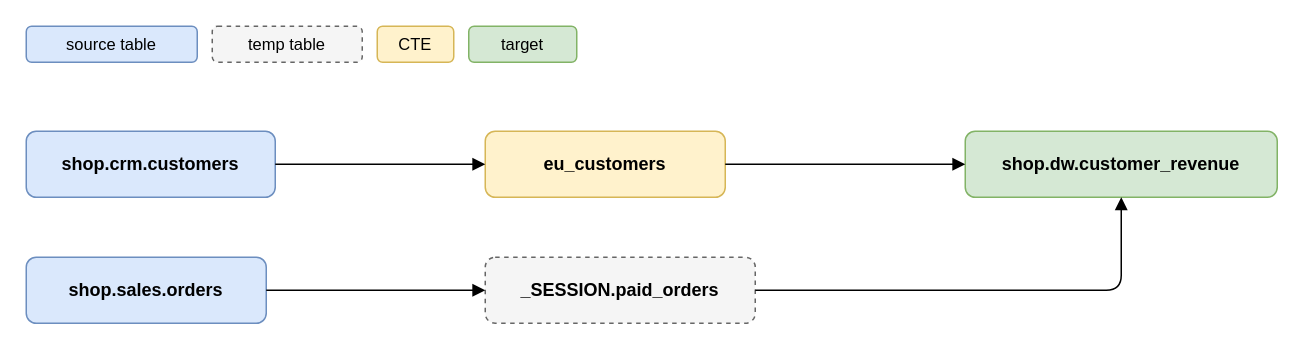
This is page "Tables" (1 of 2) of examples/orders.drawio from bhaskars9/BQLineage, a draw.io file, before an edit. Source tidied: cells renumbered, new cells numbered last; positions are measured from the earlier drawing's top-left corner, leaving out a move shared by most shapes. Both pictures are drawn from the tidied source at 150%, with x=0, y=0 at pixel (26, 26).
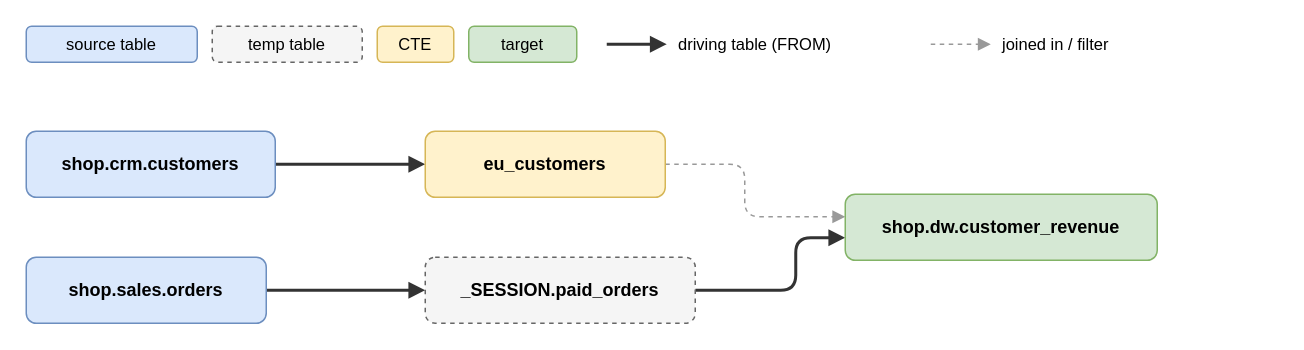
Above is the later version.

Commit message (it also covers changes not shown here):
draw.io: route arrows around boxes, solid for driving tables

The edit, as a diff of the source:
```diff
@@
+    <mxCell id="15" style="edgeStyle=orthogonalEdgeStyle;rounded=1;endArrow=block;endFill=1;jumpStyle=arc;jumpSize=6;dashed=1;strokeColor=#999999;exitX=1;exitY=0.5;entryX=0;entryY=0.3409;" parent="1" edge="1" source="12" target="14">
+      <mxGeometry relative="1" as="geometry">
+        <Array as="points">
+          <mxPoint x="479" y="92" />
+          <mxPoint x="479" y="127" />
+        </Array>
+      </mxGeometry>
+    </mxCell>
+    <mxCell id="16" style="edgeStyle=orthogonalEdgeStyle;rounded=1;endArrow=block;endFill=1;jumpStyle=arc;jumpSize=6;strokeWidth=2;strokeColor=#333333;exitX=1;exitY=0.5;entryX=0;entryY=0.5;" parent="1" edge="1" source="13" target="12">
+      <mxGeometry relative="1" as="geometry" />
+    </mxCell>
+    <mxCell id="17" style="edgeStyle=orthogonalEdgeStyle;rounded=1;endArrow=block;endFill=1;jumpStyle=arc;jumpSize=6;strokeWidth=2;strokeColor=#333333;exitX=1;exitY=0.5;entryX=0;entryY=0.5;" parent="1" edge="1" source="11" target="10">
+      <mxGeometry relative="1" as="geometry" />
+    </mxCell>
+    <mxCell id="18" style="edgeStyle=orthogonalEdgeStyle;rounded=1;endArrow=block;endFill=1;jumpStyle=arc;jumpSize=6;strokeWidth=2;strokeColor=#333333;exitX=1;exitY=0.5;entryX=0;entryY=0.6591;" parent="1" edge="1" source="10" target="14">
+      <mxGeometry relative="1" as="geometry">
+        <Array as="points">
+          <mxPoint x="513" y="176" />
+          <mxPoint x="513" y="141" />
+        </Array>
+      </mxGeometry>
+    </mxCell>
@@
-    <mxCell id="6" value="shop.crm.customers" style="rounded=1;whiteSpace=wrap;fontStyle=1;fillColor=#dae8fc;strokeColor=#6c8ebf;" parent="1" vertex="1">
-      <mxGeometry y="70" width="166" height="44" as="geometry" />
+    <mxCell id="6" style="edgeStyle=orthogonalEdgeStyle;rounded=1;endArrow=block;endFill=1;jumpStyle=arc;jumpSize=6;strokeWidth=2;strokeColor=#333333;" parent="1" edge="1">
+      <mxGeometry relative="1" as="geometry">
+        <mxPoint x="387" y="12" as="sourcePoint" />
+        <mxPoint x="427" y="12" as="targetPoint" />
+      </mxGeometry>
     </mxCell>
-    <mxCell id="7" value="shop.sales.orders" style="rounded=1;whiteSpace=wrap;fontStyle=1;fillColor=#dae8fc;strokeColor=#6c8ebf;" parent="1" vertex="1">
-      <mxGeometry y="154" width="160" height="44" as="geometry" />
+    <mxCell id="7" value="driving table (FROM)" style="rounded=1;whiteSpace=wrap;fontSize=11;strokeColor=none;fillColor=none;align=left;" parent="1" vertex="1">
+      <mxGeometry x="433" width="150" height="24" as="geometry" />
     </mxCell>
-    <mxCell id="8" value="eu_customers" style="rounded=1;whiteSpace=wrap;fontStyle=1;fillColor=#fff2cc;strokeColor=#d6b656;" parent="1" vertex="1">
-      <mxGeometry x="306" y="70" width="160" height="44" as="geometry" />
+    <mxCell id="8" style="edgeStyle=orthogonalEdgeStyle;rounded=1;endArrow=block;endFill=1;jumpStyle=arc;jumpSize=6;dashed=1;strokeColor=#999999;" parent="1" edge="1">
+      <mxGeometry relative="1" as="geometry">
+        <mxPoint x="603" y="12" as="sourcePoint" />
+        <mxPoint x="643" y="12" as="targetPoint" />
+      </mxGeometry>
     </mxCell>
-    <mxCell id="9" value="_SESSION.paid_orders" style="rounded=1;whiteSpace=wrap;fontStyle=1;fillColor=#f5f5f5;strokeColor=#666666;dashed=1;" parent="1" vertex="1">
-      <mxGeometry x="306" y="154" width="180" height="44" as="geometry" />
+    <mxCell id="9" value="joined in / filter" style="rounded=1;whiteSpace=wrap;fontSize=11;strokeColor=none;fillColor=none;align=left;" parent="1" vertex="1">
+      <mxGeometry x="649" width="136" height="24" as="geometry" />
     </mxCell>
-    <mxCell id="10" value="shop.dw.customer_revenue" style="rounded=1;whiteSpace=wrap;fontStyle=1;fillColor=#d5e8d4;strokeColor=#82b366;" parent="1" vertex="1">
-      <mxGeometry x="626" y="70" width="208" height="44" as="geometry" />
+    <mxCell id="10" value="_SESSION.paid_orders" style="rounded=1;whiteSpace=wrap;fontStyle=1;fillColor=#f5f5f5;strokeColor=#666666;dashed=1;" parent="1" vertex="1">
+      <mxGeometry x="266" y="154" width="180" height="44" as="geometry" />
     </mxCell>
-    <mxCell id="11" style="edgeStyle=orthogonalEdgeStyle;rounded=1;endArrow=block;endFill=1;" parent="1" edge="1" source="6" target="8">
-      <mxGeometry relative="1" as="geometry" />
+    <mxCell id="11" value="shop.sales.orders" style="rounded=1;whiteSpace=wrap;fontStyle=1;fillColor=#dae8fc;strokeColor=#6c8ebf;" parent="1" vertex="1">
+      <mxGeometry y="154" width="160" height="44" as="geometry" />
     </mxCell>
-    <mxCell id="12" style="edgeStyle=orthogonalEdgeStyle;rounded=1;endArrow=block;endFill=1;" parent="1" edge="1" source="7" target="9">
-      <mxGeometry relative="1" as="geometry" />
+    <mxCell id="12" value="eu_customers" style="rounded=1;whiteSpace=wrap;fontStyle=1;fillColor=#fff2cc;strokeColor=#d6b656;" parent="1" vertex="1">
+      <mxGeometry x="266" y="70" width="160" height="44" as="geometry" />
     </mxCell>
-    <mxCell id="13" style="edgeStyle=orthogonalEdgeStyle;rounded=1;endArrow=block;endFill=1;" parent="1" edge="1" source="8" target="10">
-      <mxGeometry relative="1" as="geometry" />
+    <mxCell id="13" value="shop.crm.customers" style="rounded=1;whiteSpace=wrap;fontStyle=1;fillColor=#dae8fc;strokeColor=#6c8ebf;" parent="1" vertex="1">
+      <mxGeometry y="70" width="166" height="44" as="geometry" />
     </mxCell>
-    <mxCell id="14" style="edgeStyle=orthogonalEdgeStyle;rounded=1;endArrow=block;endFill=1;" parent="1" edge="1" source="9" target="10">
-      <mxGeometry relative="1" as="geometry" />
+    <mxCell id="14" value="shop.dw.customer_revenue" style="rounded=1;whiteSpace=wrap;fontStyle=1;fillColor=#d5e8d4;strokeColor=#82b366;" parent="1" vertex="1">
+      <mxGeometry x="546" y="112" width="208" height="44" as="geometry" />
     </mxCell>
```
